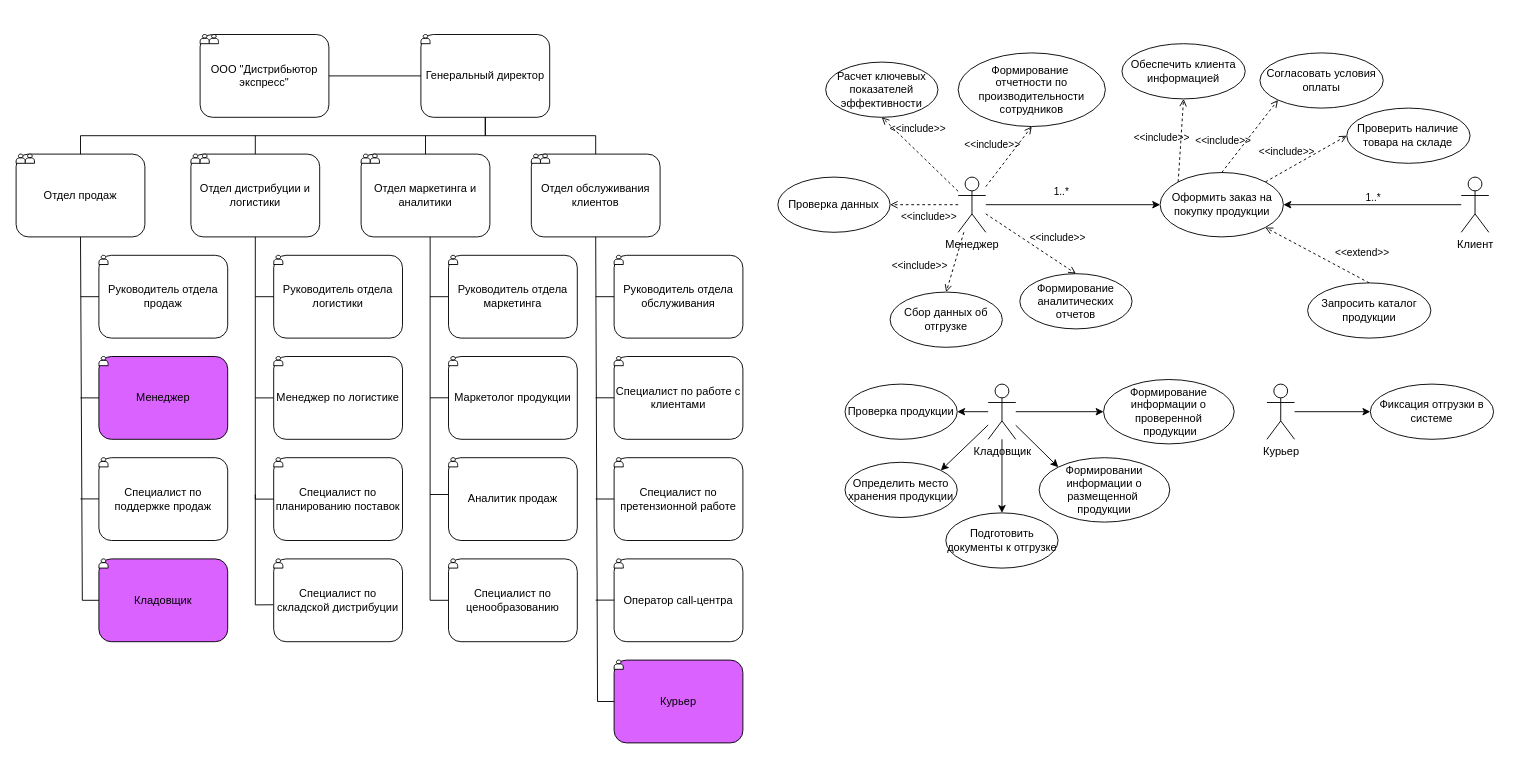
Before: ОРПС_3.drawio in mopsin666/AKMS, a draw.io diagram. Source tidied: cells renumbered, new cells numbered last; positions are measured from the earlier drawing's top-left corner, leaving out a move shared by most shapes. Both pictures are drawn from the tidied source at 92%, with x=0, y=0 at pixel (16, 16).
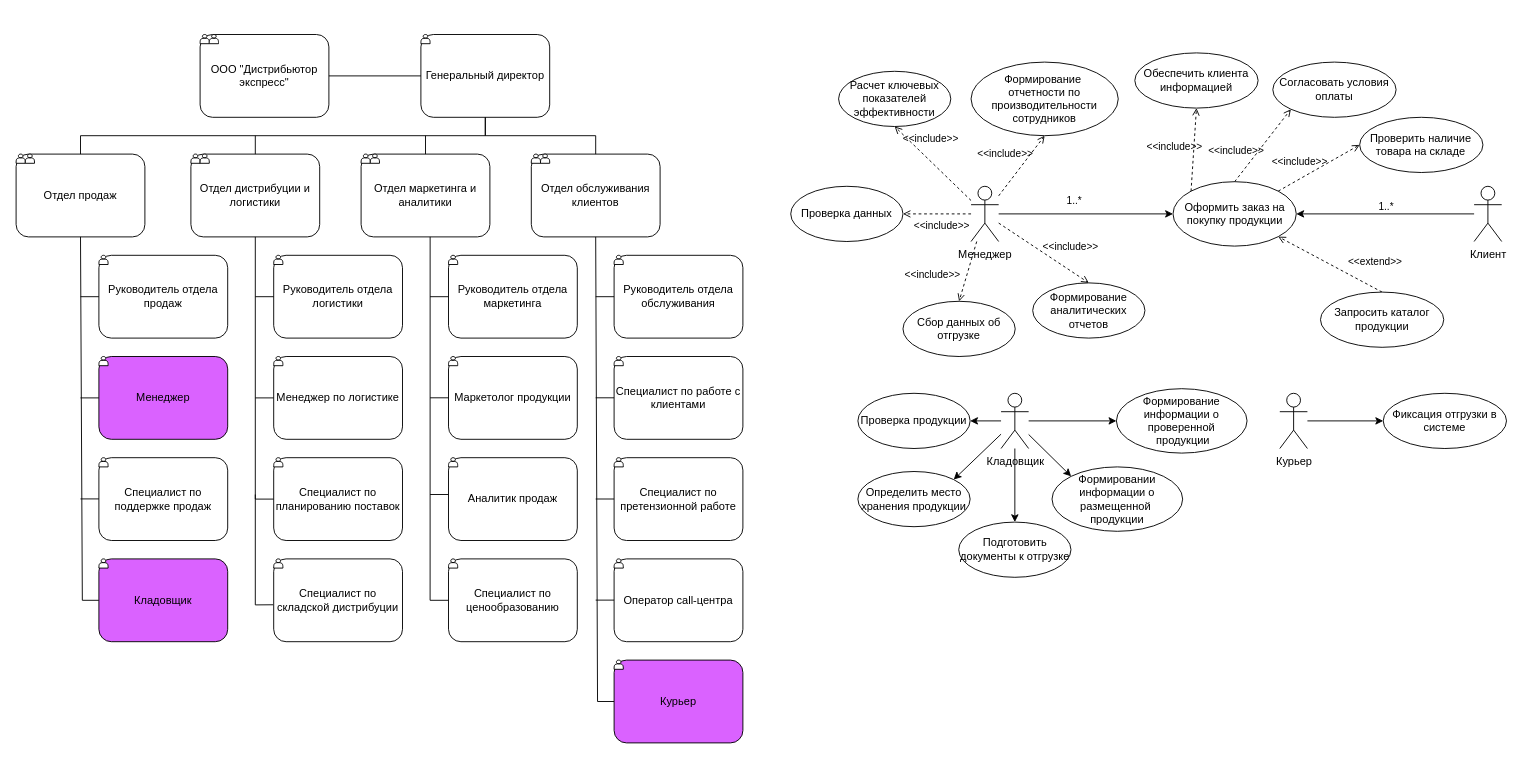
After the change.

Diff of the diagram source:
```diff
@@
     <mxCell id="78" value="Менеджер" style="shape=umlActor;verticalLabelPosition=bottom;verticalAlign=top;html=1;outlineConnect=0;" parent="1" vertex="1">
-      <mxGeometry x="1024" y="175" width="30" height="60" as="geometry" />
+      <mxGeometry x="1038" y="185" width="30" height="60" as="geometry" />
     </mxCell>
@@
     <mxCell id="80" value="Клиент" style="shape=umlActor;verticalLabelPosition=bottom;verticalAlign=top;html=1;outlineConnect=0;" parent="1" vertex="1">
-      <mxGeometry x="1570.8" y="175" width="30" height="60" as="geometry" />
+      <mxGeometry x="1584.8" y="185" width="30" height="60" as="geometry" />
     </mxCell>
     <mxCell id="81" value="Оформить заказ на покупку продукции" style="ellipse;whiteSpace=wrap;html=1;" parent="1" vertex="1">
-      <mxGeometry x="1243.5" y="170" width="134" height="70" as="geometry" />
+      <mxGeometry x="1257.5" y="180" width="134" height="70" as="geometry" />
     </mxCell>
     <mxCell id="82" value="Обеспечить клиента информацией" style="ellipse;whiteSpace=wrap;html=1;" parent="1" vertex="1">
-      <mxGeometry x="1202" y="30" width="134" height="60" as="geometry" />
+      <mxGeometry x="1216" y="40" width="134" height="60" as="geometry" />
     </mxCell>
@@
     <mxCell id="84" value="Согласовать условия оплаты" style="ellipse;whiteSpace=wrap;html=1;" parent="1" vertex="1">
-      <mxGeometry x="1352" y="40" width="134" height="60" as="geometry" />
+      <mxGeometry x="1366" y="50" width="134" height="60" as="geometry" />
     </mxCell>
@@
     <mxCell id="86" value="1..*" style="edgeLabel;html=1;align=center;verticalAlign=middle;" parent="1" vertex="1">
-      <mxGeometry x="1122.8" y="190" as="geometry">
+      <mxGeometry x="1136.8" y="200" as="geometry">
         <mxPoint x="352" y="6" as="offset" />
       </mxGeometry>
     </mxCell>
@@
     <mxCell id="88" value="Проверить наличие товара на складе" style="ellipse;whiteSpace=wrap;html=1;" parent="1" vertex="1">
-      <mxGeometry x="1446.4" y="100" width="134" height="60" as="geometry" />
+      <mxGeometry x="1460.4" y="110" width="134" height="60" as="geometry" />
     </mxCell>
@@
     <mxCell id="90" value="Запросить каталог продукции" style="ellipse;whiteSpace=wrap;html=1;" parent="1" vertex="1">
-      <mxGeometry x="1403.8" y="290" width="134" height="60" as="geometry" />
+      <mxGeometry x="1417.8" y="300" width="134" height="60" as="geometry" />
     </mxCell>
     <mxCell id="91" value="Кладовщик" style="shape=umlActor;verticalLabelPosition=bottom;verticalAlign=top;html=1;outlineConnect=0;" parent="1" vertex="1">
-      <mxGeometry x="1056.6" y="400" width="30" height="60" as="geometry" />
+      <mxGeometry x="1070.6" y="410" width="30" height="60" as="geometry" />
     </mxCell>
@@
     <mxCell id="93" value="Курьер" style="shape=umlActor;verticalLabelPosition=bottom;verticalAlign=top;html=1;outlineConnect=0;" parent="1" vertex="1">
-      <mxGeometry x="1359.6" y="400" width="30" height="60" as="geometry" />
+      <mxGeometry x="1373.6" y="410" width="30" height="60" as="geometry" />
     </mxCell>
@@
-    <mxCell id="95" value="&lt;div&gt;&lt;br&gt;&lt;/div&gt;" style="text;html=1;whiteSpace=wrap;strokeColor=none;fillColor=none;align=center;verticalAlign=middle;rounded=0;" parent="1" vertex="1">
-      <mxGeometry x="932" width="60" height="30" as="geometry" />
-    </mxCell>
     <mxCell id="96" value="Формирование аналитических отчетов" style="ellipse;whiteSpace=wrap;html=1;" parent="1" vertex="1">
-      <mxGeometry x="1091" y="280" width="122" height="60" as="geometry" />
+      <mxGeometry x="1105" y="290" width="122" height="60" as="geometry" />
     </mxCell>
     <mxCell id="97" value="Сбор данных об отгрузке" style="ellipse;whiteSpace=wrap;html=1;" parent="1" vertex="1">
-      <mxGeometry x="950" y="300" width="122" height="60" as="geometry" />
+      <mxGeometry x="964" y="310" width="122" height="60" as="geometry" />
     </mxCell>
     <mxCell id="98" value="Проверка данных" style="ellipse;whiteSpace=wrap;html=1;" parent="1" vertex="1">
-      <mxGeometry x="828" y="175" width="122" height="60" as="geometry" />
+      <mxGeometry x="842" y="185" width="122" height="60" as="geometry" />
     </mxCell>
     <mxCell id="99" value="Расчет ключевых показателей эффективности" style="ellipse;whiteSpace=wrap;html=1;" parent="1" vertex="1">
-      <mxGeometry x="880" y="50" width="122" height="60" as="geometry" />
+      <mxGeometry x="894" y="60" width="122" height="60" as="geometry" />
     </mxCell>
     <mxCell id="100" value="Формирование&amp;nbsp;&lt;div&gt;отчетности по производительности сотрудников&lt;/div&gt;" style="ellipse;whiteSpace=wrap;html=1;" parent="1" vertex="1">
-      <mxGeometry x="1024" y="40" width="160" height="80" as="geometry" />
+      <mxGeometry x="1038" y="50" width="160" height="80" as="geometry" />
     </mxCell>
@@
     <mxCell id="106" value="Фиксация отгрузки в системе" style="ellipse;whiteSpace=wrap;html=1;" parent="1" vertex="1">
-      <mxGeometry x="1472" y="400" width="134" height="60" as="geometry" />
+      <mxGeometry x="1486" y="410" width="134" height="60" as="geometry" />
     </mxCell>
     <mxCell id="107" value="Формирование информации о проверенной&lt;div&gt;&amp;nbsp;продукции&lt;/div&gt;" style="ellipse;whiteSpace=wrap;html=1;" parent="1" vertex="1">
-      <mxGeometry x="1182" y="395" width="142" height="70" as="geometry" />
+      <mxGeometry x="1196" y="405" width="142" height="70" as="geometry" />
     </mxCell>
     <mxCell id="108" value="Проверка продукции" style="ellipse;whiteSpace=wrap;html=1;" parent="1" vertex="1">
-      <mxGeometry x="901" y="400" width="122" height="60" as="geometry" />
+      <mxGeometry x="915" y="410" width="122" height="60" as="geometry" />
     </mxCell>
@@
     <mxCell id="110" value="Определить место хранения продукции" style="ellipse;whiteSpace=wrap;html=1;" parent="1" vertex="1">
-      <mxGeometry x="901" y="485" width="122" height="60" as="geometry" />
+      <mxGeometry x="915" y="495" width="122" height="60" as="geometry" />
     </mxCell>
@@
     <mxCell id="112" value="Формировании информации о размещенной&amp;nbsp;&lt;div&gt;продукции&lt;/div&gt;" style="ellipse;whiteSpace=wrap;html=1;" parent="1" vertex="1">
-      <mxGeometry x="1112" y="480" width="142" height="70" as="geometry" />
+      <mxGeometry x="1126" y="490" width="142" height="70" as="geometry" />
     </mxCell>
@@
     <mxCell id="114" value="Подготовить документы к отгрузке" style="ellipse;whiteSpace=wrap;html=1;" parent="1" vertex="1">
-      <mxGeometry x="1010.6" y="540" width="122" height="60" as="geometry" />
+      <mxGeometry x="1024.6" y="550" width="122" height="60" as="geometry" />
     </mxCell>
```
